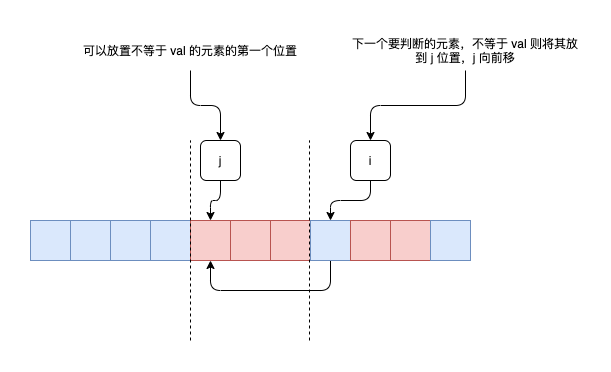
Before: Image/27 Remove Element.png, a diagram exported from draw.io (codefell/Algorithm). Source tidied: cells renumbered, new cells last; positions are measured from the earlier drawing's top-left corner, leaving out a move shared by most shapes.
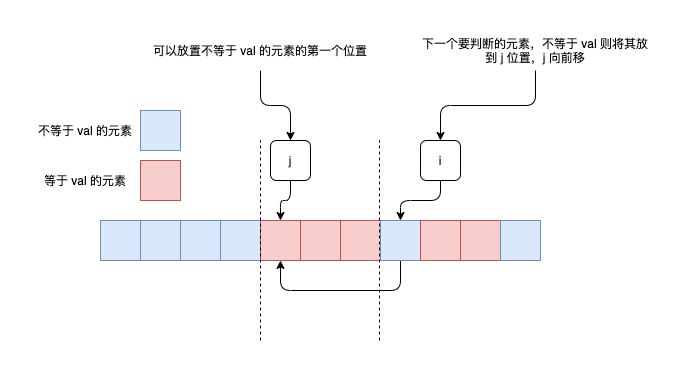
Above is the later version.

The edit, as a diff of the source:
```diff
@@ -79,5 +79,17 @@
     <mxCell id="23" value="下一个要判断的元素，不等于 val 则将其放到 j 位置，j 向前移" style="text;html=1;strokeColor=none;fillColor=none;align=center;verticalAlign=middle;whiteSpace=wrap;rounded=0;" parent="1" vertex="1">
       <mxGeometry x="320" width="230" height="40" as="geometry" />
     </mxCell>
+    <mxCell id="24" style="rounded=0;whiteSpace=wrap;html=1;fillColor=#dae8fc;strokeColor=#6c8ebf;" parent="1" vertex="1">
+      <mxGeometry x="40" y="80" width="40" height="40" as="geometry" />
+    </mxCell>
+    <mxCell id="25" style="rounded=0;whiteSpace=wrap;html=1;fillColor=#f8cecc;strokeColor=#b85450;" parent="1" vertex="1">
+      <mxGeometry x="40" y="130" width="40" height="40" as="geometry" />
+    </mxCell>
+    <mxCell id="26" value="不等于 val 的元素" style="text;html=1;strokeColor=none;fillColor=none;align=center;verticalAlign=middle;whiteSpace=wrap;rounded=0;" parent="1" vertex="1">
+      <mxGeometry x="-70" y="80" width="110" height="40" as="geometry" />
+    </mxCell>
+    <mxCell id="27" value="等于 val 的元素" style="text;html=1;strokeColor=none;fillColor=none;align=center;verticalAlign=middle;whiteSpace=wrap;rounded=0;" parent="1" vertex="1">
+      <mxGeometry x="-70" y="130" width="110" height="40" as="geometry" />
+    </mxCell>
   </root>
 </mxGraphModel>
```
